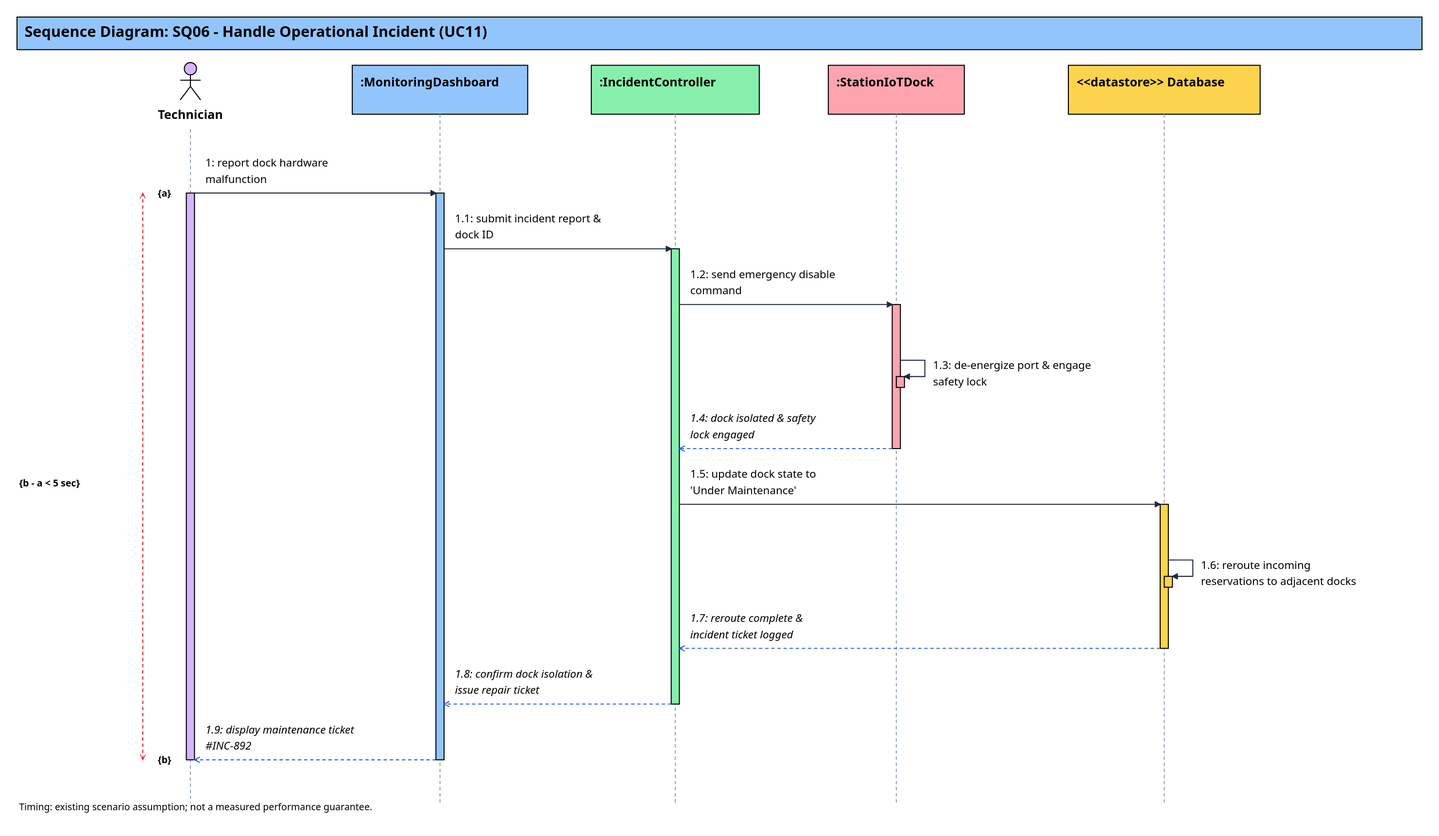
Before: 01_Diagram/02_Sequence_Diagram/SQ06-Handle_Operational_Incident.drawio.svg, a diagram exported from draw.io (YdtTran/software-engineerning). Source tidied: cells renumbered, new cells last; positions are measured from the earlier drawing's top-left corner, leaving out a move shared by most shapes.
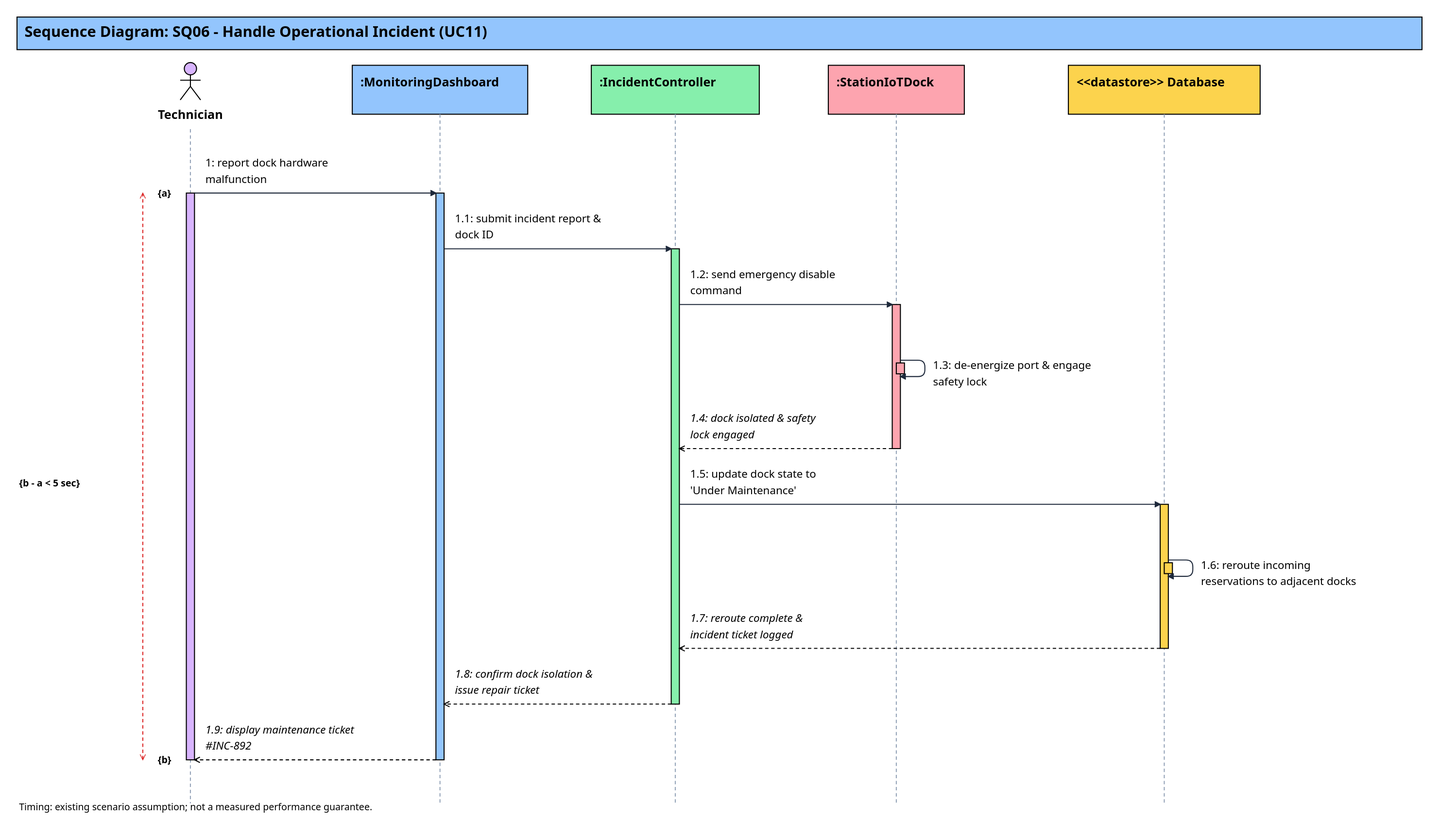
The same file after the commit.

What changed in the source:
```diff
@@ -114,12 +114,12 @@
       <mxGeometry x="990" y="367" width="281" height="48" as="geometry" />
     </mxCell>
     <mxCell id="31" style="html=0;fontFamily=Segoe UI;fontSize=16;fillColor=#fda4af;strokeColor=#000000;whiteSpace=wrap;" parent="1" vertex="1">
-      <mxGeometry x="1293" y="529" width="12" height="16" as="geometry" />
+      <mxGeometry x="1293" y="509" width="12" height="16" as="geometry" />
     </mxCell>
-    <mxCell id="32" style="html=0;noEdgeStyle=1;rounded=0;strokeColor=#1e293b;strokeWidth=1.5;endArrow=block;endFill=1;dashed=0;" parent="1" edge="1">
+    <mxCell id="32" style="html=0;noEdgeStyle=1;rounded=1;arcSize=20;strokeColor=#1e293b;strokeWidth=1.5;endArrow=block;endFill=1;dashed=0;" parent="1" edge="1">
       <mxGeometry relative="1" as="geometry">
         <mxPoint x="1299" y="505" as="sourcePoint" />
-        <mxPoint x="1305" y="529" as="targetPoint" />
+        <mxPoint x="1299" y="529" as="targetPoint" />
         <Array as="points">
           <mxPoint x="1335" y="505" />
           <mxPoint x="1335" y="529" />
@@ -129,7 +129,7 @@
     <mxCell id="33" value="1.3: de-energize port &amp; engage&#10;safety lock" style="html=0;fontFamily=Segoe UI;fontSize=16;fillColor=none;strokeColor=none;whiteSpace=wrap;text;align=left;verticalAlign=top;spacing=0;fontColor=#000000;fontSize=16;fontStyle=0;" parent="1" vertex="1">
       <mxGeometry x="1347" y="501" width="312" height="48" as="geometry" />
     </mxCell>
-    <mxCell id="34" style="html=0;noEdgeStyle=1;rounded=0;strokeColor=#2563eb;strokeWidth=1.5;endArrow=open;endFill=0;dashed=1;" parent="1" edge="1">
+    <mxCell id="34" style="html=0;noEdgeStyle=1;rounded=0;strokeColor=#000000;strokeWidth=1.5;endArrow=open;endFill=0;dashed=1;" parent="1" edge="1">
       <mxGeometry relative="1" as="geometry">
         <mxPoint x="1287" y="635" as="sourcePoint" />
         <mxPoint x="974" y="635" as="targetPoint" />
@@ -148,12 +148,12 @@
       <mxGeometry x="990" y="661" width="281" height="48" as="geometry" />
     </mxCell>
     <mxCell id="38" style="html=0;fontFamily=Segoe UI;fontSize=16;fillColor=#fcd34d;strokeColor=#000000;whiteSpace=wrap;" parent="1" vertex="1">
-      <mxGeometry x="1687" y="823" width="12" height="16" as="geometry" />
+      <mxGeometry x="1687" y="803" width="12" height="16" as="geometry" />
     </mxCell>
-    <mxCell id="39" style="html=0;noEdgeStyle=1;rounded=0;strokeColor=#1e293b;strokeWidth=1.5;endArrow=block;endFill=1;dashed=0;" parent="1" edge="1">
+    <mxCell id="39" style="html=0;noEdgeStyle=1;rounded=1;arcSize=20;strokeColor=#1e293b;strokeWidth=1.5;endArrow=block;endFill=1;dashed=0;" parent="1" edge="1">
       <mxGeometry relative="1" as="geometry">
         <mxPoint x="1693" y="799" as="sourcePoint" />
-        <mxPoint x="1699" y="823" as="targetPoint" />
+        <mxPoint x="1693" y="823" as="targetPoint" />
         <Array as="points">
           <mxPoint x="1729" y="799" />
           <mxPoint x="1729" y="823" />
@@ -163,7 +163,7 @@
     <mxCell id="40" value="1.6: reroute incoming&#10;reservations to adjacent docks" style="html=0;fontFamily=Segoe UI;fontSize=16;fillColor=none;strokeColor=none;whiteSpace=wrap;text;align=left;verticalAlign=top;spacing=0;fontColor=#000000;fontSize=16;fontStyle=0;" parent="1" vertex="1">
       <mxGeometry x="1741" y="795" width="312" height="48" as="geometry" />
     </mxCell>
-    <mxCell id="41" style="html=0;noEdgeStyle=1;rounded=0;strokeColor=#2563eb;strokeWidth=1.5;endArrow=open;endFill=0;dashed=1;" parent="1" edge="1">
+    <mxCell id="41" style="html=0;noEdgeStyle=1;rounded=0;strokeColor=#000000;strokeWidth=1.5;endArrow=open;endFill=0;dashed=1;" parent="1" edge="1">
       <mxGeometry relative="1" as="geometry">
         <mxPoint x="1681" y="929" as="sourcePoint" />
         <mxPoint x="974" y="929" as="targetPoint" />
@@ -172,7 +172,7 @@
     <mxCell id="42" value="1.7: reroute complete &amp;&#10;incident ticket logged" style="html=0;fontFamily=Segoe UI;fontSize=16;fillColor=none;strokeColor=none;whiteSpace=wrap;text;align=left;verticalAlign=top;spacing=0;fontColor=#000000;fontSize=16;fontStyle=2;" parent="1" vertex="1">
       <mxGeometry x="990" y="873" width="281" height="48" as="geometry" />
     </mxCell>
-    <mxCell id="43" style="html=0;noEdgeStyle=1;rounded=0;strokeColor=#2563eb;strokeWidth=1.5;endArrow=open;endFill=0;dashed=1;" parent="1" edge="1">
+    <mxCell id="43" style="html=0;noEdgeStyle=1;rounded=0;strokeColor=#000000;strokeWidth=1.5;endArrow=open;endFill=0;dashed=1;" parent="1" edge="1">
       <mxGeometry relative="1" as="geometry">
         <mxPoint x="962" y="1011" as="sourcePoint" />
         <mxPoint x="628" y="1011" as="targetPoint" />
@@ -181,7 +181,7 @@
     <mxCell id="44" value="1.8: confirm dock isolation &amp;&#10;issue repair ticket" style="html=0;fontFamily=Segoe UI;fontSize=16;fillColor=none;strokeColor=none;whiteSpace=wrap;text;align=left;verticalAlign=top;spacing=0;fontColor=#000000;fontSize=16;fontStyle=2;" parent="1" vertex="1">
       <mxGeometry x="644" y="955" width="302" height="48" as="geometry" />
     </mxCell>
-    <mxCell id="45" style="html=0;noEdgeStyle=1;rounded=0;strokeColor=#2563eb;strokeWidth=1.5;endArrow=open;endFill=0;dashed=1;" parent="1" edge="1">
+    <mxCell id="45" style="html=0;noEdgeStyle=1;rounded=0;strokeColor=#000000;strokeWidth=1.5;endArrow=open;endFill=0;dashed=1;" parent="1" edge="1">
       <mxGeometry relative="1" as="geometry">
         <mxPoint x="616" y="1093" as="sourcePoint" />
         <mxPoint x="261" y="1093" as="targetPoint" />
```
